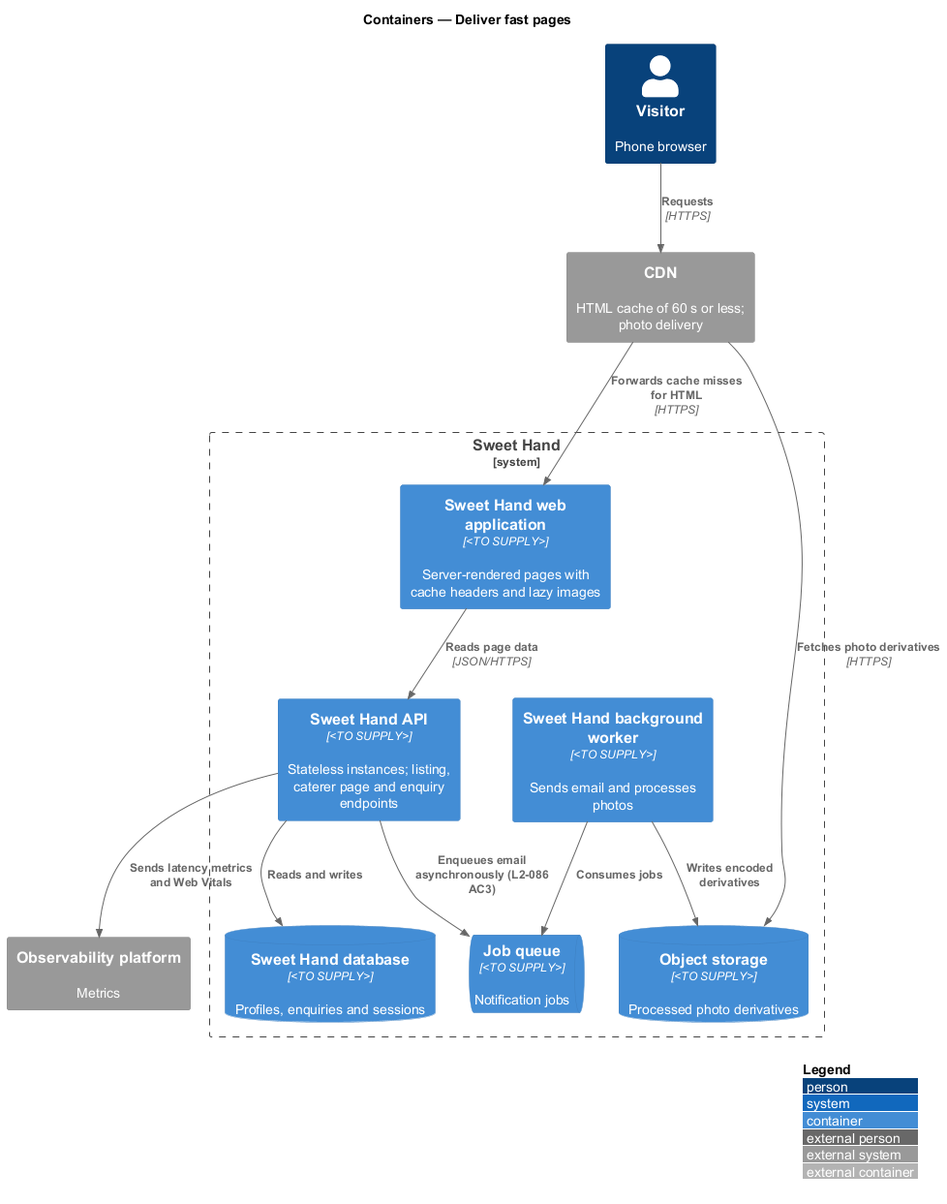
Before: docs/detailed-designs/platform/deliver-fast-pages/diagrams/c4-container.png, a diagram exported from PlantUML (QuinntyneBrown/sweet-hand). Source of this version:
```plantuml
@startuml
!include <C4/C4_Container>
LAYOUT_WITH_LEGEND()
title Containers — Deliver fast pages

Person(visitor, "Visitor", "Phone browser")
System_Ext(cdn, "CDN", "HTML cache of 60 s or less; photo delivery")
System_Ext(obs, "Observability platform", "Metrics")
System_Boundary(sweethand, "Sweet Hand") {
  Container(web, "Sweet Hand web application", "<TO SUPPLY>", "Server-rendered pages with cache headers and lazy images")
  Container(api, "Sweet Hand API", "<TO SUPPLY>", "Stateless instances; listing, caterer page and enquiry endpoints")
  ContainerDb(db, "Sweet Hand database", "<TO SUPPLY>", "Profiles, enquiries and sessions")
  ContainerQueue(queue, "Job queue", "<TO SUPPLY>", "Notification jobs")
  Container(worker, "Sweet Hand background worker", "<TO SUPPLY>", "Sends email and processes photos")
  ContainerDb(storage, "Object storage", "<TO SUPPLY>", "Processed photo derivatives")
}

Rel(visitor, cdn, "Requests", "HTTPS")
Rel(cdn, web, "Forwards cache misses for HTML", "HTTPS")
Rel(cdn, storage, "Fetches photo derivatives", "HTTPS")
Rel(web, api, "Reads page data", "JSON/HTTPS")
Rel(api, db, "Reads and writes")
Rel(api, queue, "Enqueues email asynchronously (L2-086 AC3)")
Rel(worker, queue, "Consumes jobs")
Rel(worker, storage, "Writes encoded derivatives")
Rel(api, obs, "Sends latency metrics and Web Vitals")
@enduml
```
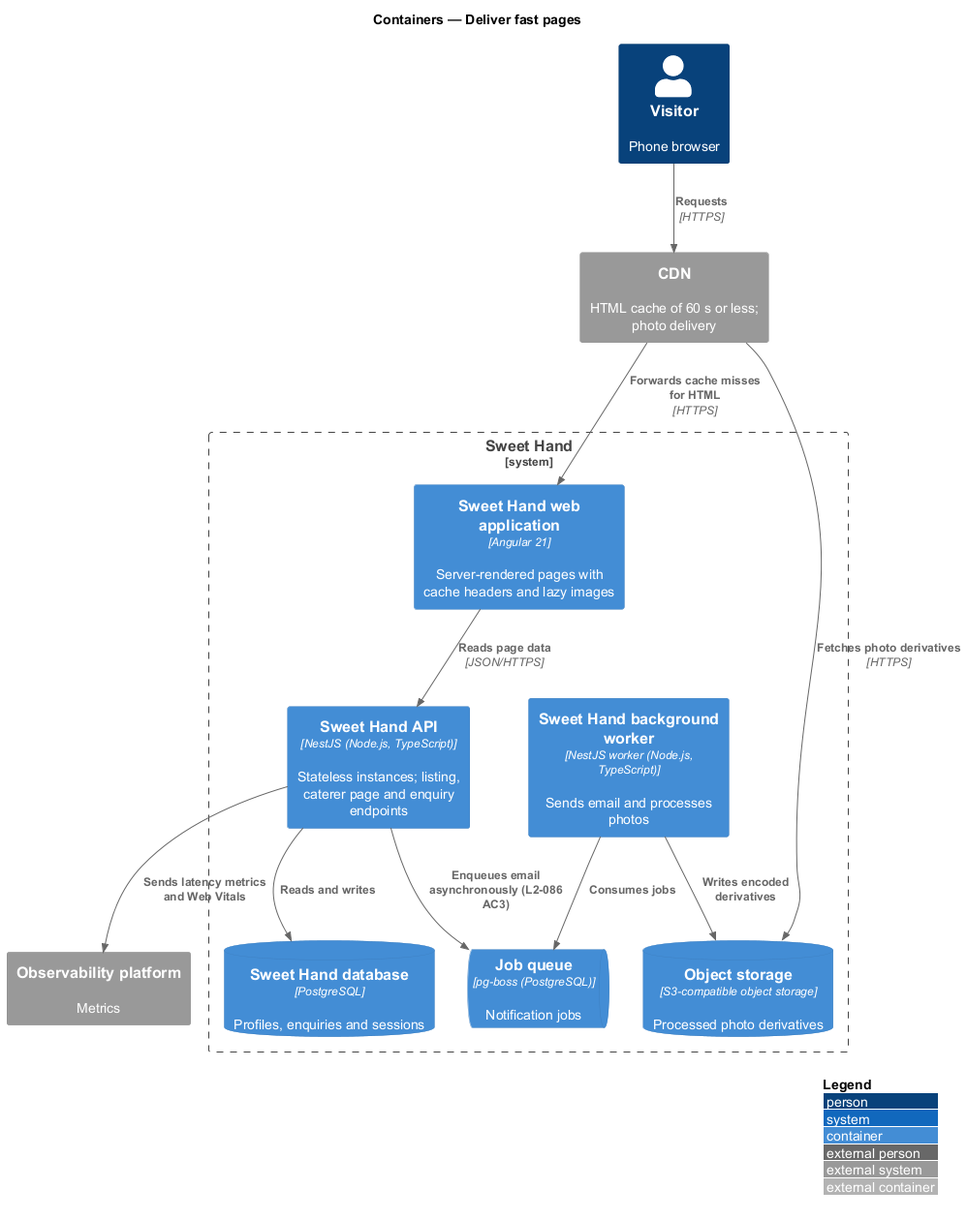
The same diagram one commit later.

Change to the diagram source:
```diff
@@ -7,12 +7,12 @@
 System_Ext(cdn, "CDN", "HTML cache of 60 s or less; photo delivery")
 System_Ext(obs, "Observability platform", "Metrics")
 System_Boundary(sweethand, "Sweet Hand") {
-  Container(web, "Sweet Hand web application", "<TO SUPPLY>", "Server-rendered pages with cache headers and lazy images")
-  Container(api, "Sweet Hand API", "<TO SUPPLY>", "Stateless instances; listing, caterer page and enquiry endpoints")
-  ContainerDb(db, "Sweet Hand database", "<TO SUPPLY>", "Profiles, enquiries and sessions")
-  ContainerQueue(queue, "Job queue", "<TO SUPPLY>", "Notification jobs")
-  Container(worker, "Sweet Hand background worker", "<TO SUPPLY>", "Sends email and processes photos")
-  ContainerDb(storage, "Object storage", "<TO SUPPLY>", "Processed photo derivatives")
+  Container(web, "Sweet Hand web application", "Angular 21", "Server-rendered pages with cache headers and lazy images")
+  Container(api, "Sweet Hand API", "NestJS (Node.js, TypeScript)", "Stateless instances; listing, caterer page and enquiry endpoints")
+  ContainerDb(db, "Sweet Hand database", "PostgreSQL", "Profiles, enquiries and sessions")
+  ContainerQueue(queue, "Job queue", "pg-boss (PostgreSQL)", "Notification jobs")
+  Container(worker, "Sweet Hand background worker", "NestJS worker (Node.js, TypeScript)", "Sends email and processes photos")
+  ContainerDb(storage, "Object storage", "S3-compatible object storage", "Processed photo derivatives")
 }
 
 Rel(visitor, cdn, "Requests", "HTTPS")
```
